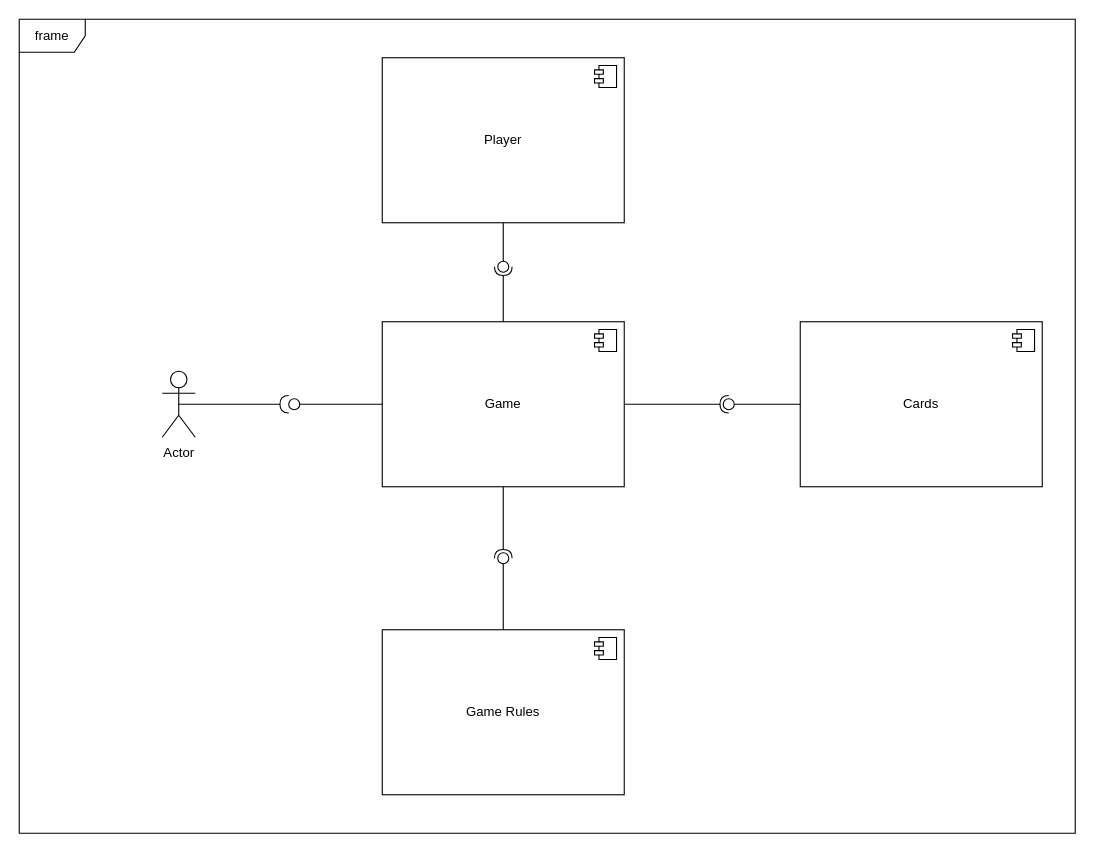
This is Component.drawio from georgeslight/mau-mau, a draw.io file, before an edit. Source tidied: cells renumbered, new cells numbered last; positions are measured from the earlier drawing's top-left corner, leaving out a move shared by most shapes. Both pictures are drawn from the tidied source at 110%, with x=0, y=0 at pixel (19, 19).
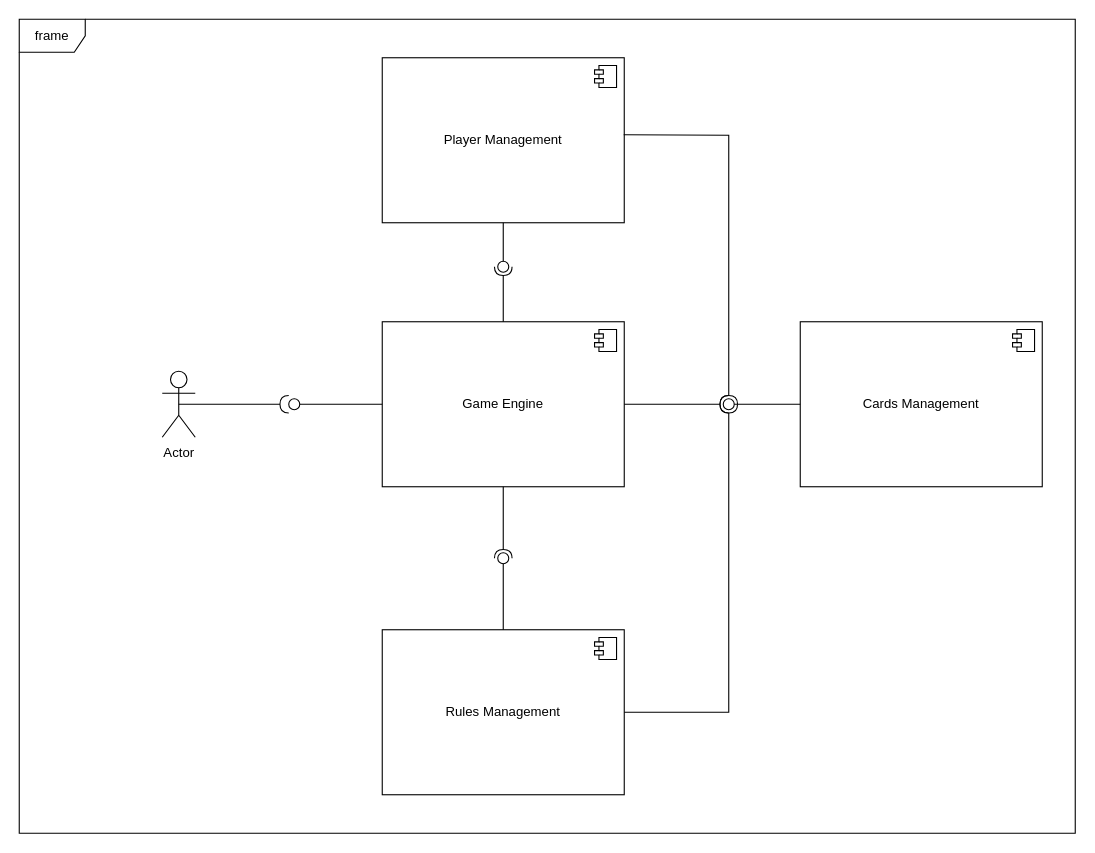
The same page after the edit.

What changed in the source:
```diff
@@
-    <mxCell id="2" value="Game" style="html=1;whiteSpace=wrap;" parent="1" vertex="1">
+    <mxCell id="2" value="Game Engine" style="html=1;whiteSpace=wrap;" parent="1" vertex="1">
       <mxGeometry x="330" y="275" width="220" height="150" as="geometry" />
     </mxCell>
@@
-    <mxCell id="5" value="Player" style="html=1;whiteSpace=wrap;" parent="1" vertex="1">
+    <mxCell id="5" value="Player Management" style="html=1;whiteSpace=wrap;" parent="1" vertex="1">
       <mxGeometry x="330" y="35" width="220" height="150" as="geometry" />
     </mxCell>
@@
-    <mxCell id="7" value="Cards" style="html=1;whiteSpace=wrap;" parent="1" vertex="1">
+    <mxCell id="7" value="Cards Management" style="html=1;whiteSpace=wrap;" parent="1" vertex="1">
       <mxGeometry x="710" y="275" width="220" height="150" as="geometry" />
     </mxCell>
@@
-    <mxCell id="9" value="Game Rules" style="html=1;whiteSpace=wrap;" parent="1" vertex="1">
+    <mxCell id="9" value="Rules Management" style="html=1;whiteSpace=wrap;" parent="1" vertex="1">
       <mxGeometry x="330" y="555" width="220" height="150" as="geometry" />
     </mxCell>
@@
+    <mxCell id="25" style="rounded=0;jettySize=auto;html=1;endArrow=halfCircle;endFill=0;endSize=6;strokeWidth=1;sketch=0;fontSize=12;exitX=1;exitY=0.5;exitDx=0;exitDy=0;edgeStyle=orthogonalEdgeStyle;" parent="1" edge="1" source="9" target="26">
+      <mxGeometry relative="1" as="geometry" />
+    </mxCell>
+    <mxCell id="26" style="ellipse;whiteSpace=wrap;html=1;align=center;fillColor=none;strokeColor=none;perimeter=centerPerimeter;points=[];outlineConnect=1;" parent="1" vertex="1">
+      <mxGeometry x="640" y="345" width="10" height="10" as="geometry" />
+    </mxCell>
+    <mxCell id="27" style="rounded=0;jettySize=auto;html=1;endArrow=halfCircle;endFill=0;endSize=6;strokeWidth=1;sketch=0;fontSize=12;exitX=1;exitY=0.5;exitDx=0;exitDy=0;edgeStyle=orthogonalEdgeStyle;entryX=0.705;entryY=0.086;entryDx=0;entryDy=0;entryPerimeter=0;" parent="1" edge="1" target="26">
+      <mxGeometry relative="1" as="geometry">
+        <mxPoint x="549.5" y="105" as="sourcePoint" />
+      </mxGeometry>
+    </mxCell>
```
